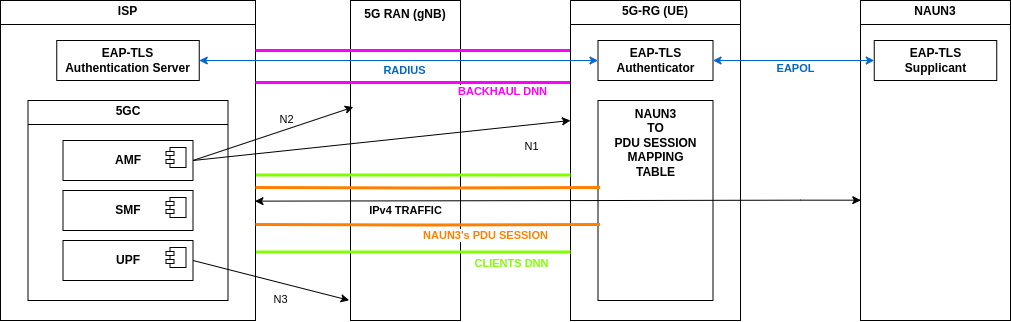
Earlier version of the draw.io export docs/5G Emulated Network/general-topology.png (davidjosearaujo/dissertation). Source tidied: cells renumbered, new cells last; positions are measured from the earlier drawing's top-left corner, leaving out a move shared by most shapes.
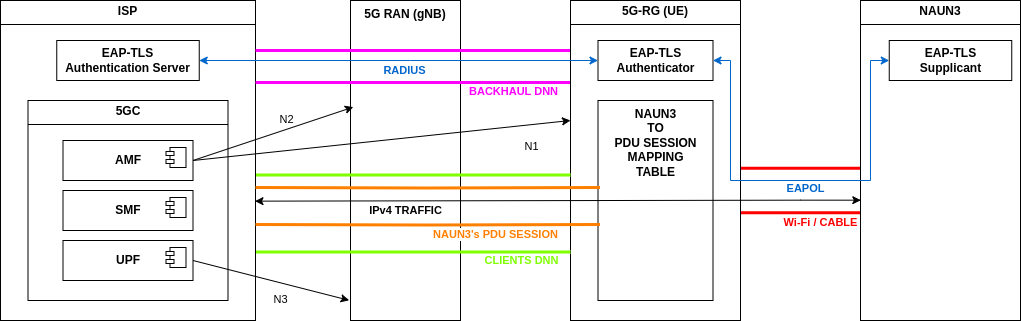
After the commit.

What changed in the source:
```diff
@@ -5,14 +5,32 @@
     <mxCell id="2" value="&lt;b&gt;5G RAN (gNB)&lt;/b&gt;" style="html=1;whiteSpace=wrap;verticalAlign=top;" parent="1" vertex="1">
       <mxGeometry x="350" width="110" height="320" as="geometry" />
     </mxCell>
+    <mxCell id="35" style="edgeStyle=orthogonalEdgeStyle;rounded=0;orthogonalLoop=1;jettySize=auto;html=1;exitX=1;exitY=0.5;exitDx=0;exitDy=0;entryX=0;entryY=0.5;entryDx=0;entryDy=0;shape=link;width=42.57142857142857;strokeWidth=3;strokeColor=#FF0000;" parent="1" edge="1">
+      <mxGeometry relative="1" as="geometry">
+        <mxPoint x="740" y="190" as="sourcePoint" />
+        <mxPoint x="860" y="190" as="targetPoint" />
+      </mxGeometry>
+    </mxCell>
+    <mxCell id="36" value="&lt;b&gt;&lt;font style=&quot;color: rgb(255, 0, 0);&quot;&gt;Wi-Fi / CABLE&lt;/font&gt;&lt;/b&gt;" style="edgeLabel;html=1;align=center;verticalAlign=middle;" parent="35" vertex="1">
+      <mxGeometry x="0.47" y="22" relative="1" as="geometry">
+        <mxPoint x="-9" y="54" as="offset" />
+      </mxGeometry>
+    </mxCell>
     <mxCell id="3" value="&lt;p style=&quot;margin:0px;margin-top:4px;text-align:center;&quot;&gt;&lt;b&gt;5G-RG (UE)&lt;/b&gt;&lt;/p&gt;&lt;hr size=&quot;1&quot; style=&quot;border-style:solid;&quot;&gt;&lt;div style=&quot;height:2px;&quot;&gt;&lt;/div&gt;" style="verticalAlign=top;align=left;overflow=fill;html=1;whiteSpace=wrap;" parent="1" vertex="1">
       <mxGeometry x="570" width="170" height="320" as="geometry" />
     </mxCell>
     <mxCell id="4" value="&lt;p style=&quot;margin:0px;margin-top:4px;text-align:center;&quot;&gt;&lt;b&gt;NAUN3&lt;/b&gt;&lt;/p&gt;&lt;hr size=&quot;1&quot; style=&quot;border-style:solid;&quot;&gt;&lt;div style=&quot;height:2px;&quot;&gt;&lt;/div&gt;" style="verticalAlign=top;align=left;overflow=fill;html=1;whiteSpace=wrap;" parent="1" vertex="1">
-      <mxGeometry x="860" width="150" height="320" as="geometry" />
+      <mxGeometry x="860" width="160" height="320" as="geometry" />
     </mxCell>
     <mxCell id="5" style="edgeStyle=orthogonalEdgeStyle;rounded=0;jettySize=auto;html=1;exitX=1;exitY=0.5;exitDx=0;exitDy=0;entryX=0;entryY=0.5;entryDx=0;entryDy=0;startArrow=classic;startFill=1;strokeColor=#0066CC;" parent="1" edge="1" source="7" target="8">
-      <mxGeometry relative="1" as="geometry" />
+      <mxGeometry relative="1" as="geometry">
+        <Array as="points">
+          <mxPoint x="730" y="60" />
+          <mxPoint x="730" y="180" />
+          <mxPoint x="870" y="180" />
+          <mxPoint x="870" y="60" />
+        </Array>
+      </mxGeometry>
     </mxCell>
     <mxCell id="6" value="&lt;b&gt;&lt;font style=&quot;color: rgb(0, 102, 204);&quot;&gt;EAPOL&lt;/font&gt;&lt;/b&gt;" style="edgeLabel;html=1;align=center;verticalAlign=middle;" parent="5" vertex="1">
       <mxGeometry x="0.02" y="1" relative="1" as="geometry">
@@ -23,7 +41,7 @@
       <mxGeometry x="597.5" y="40" width="115" height="40" as="geometry" />
     </mxCell>
     <mxCell id="8" value="&lt;b&gt;EAP-TLS&lt;br&gt;Supplicant&lt;/b&gt;" style="html=1;whiteSpace=wrap;" parent="1" vertex="1">
-      <mxGeometry x="873.8" y="40" width="122.5" height="40" as="geometry" />
+      <mxGeometry x="888.8" y="40" width="122.5" height="40" as="geometry" />
     </mxCell>
     <mxCell id="9" value="&lt;p style=&quot;margin:0px;margin-top:4px;text-align:center;&quot;&gt;&lt;b&gt;ISP&lt;/b&gt;&lt;/p&gt;&lt;hr size=&quot;1&quot; style=&quot;border-style:solid;&quot;&gt;&lt;div style=&quot;height:2px;&quot;&gt;&lt;/div&gt;" style="verticalAlign=top;align=left;overflow=fill;html=1;whiteSpace=wrap;" parent="1" vertex="1">
       <mxGeometry width="255" height="320" as="geometry" />
@@ -90,7 +108,7 @@
     </mxCell>
     <mxCell id="25" value="&lt;b&gt;BACKHAUL DNN&lt;/b&gt;" style="edgeLabel;html=1;align=center;verticalAlign=middle;fontColor=#FF00FF;" parent="24" vertex="1">
       <mxGeometry x="0.66" y="17" relative="1" as="geometry">
-        <mxPoint x="-15" y="42" as="offset" />
+        <mxPoint x="-4" y="42" as="offset" />
       </mxGeometry>
     </mxCell>
     <mxCell id="26" style="edgeStyle=orthogonalEdgeStyle;rounded=0;jettySize=auto;html=1;exitX=0;exitY=0.5;exitDx=0;exitDy=0;entryX=1;entryY=0.5;entryDx=0;entryDy=0;startArrow=classic;startFill=1;strokeColor=#0066CC;" parent="1" edge="1" source="7" target="10">
@@ -117,7 +135,7 @@
     </mxCell>
     <mxCell id="30" value="&lt;b&gt;CLIENTS DNN&lt;/b&gt;" style="edgeLabel;html=1;align=center;verticalAlign=middle;fontColor=#80FF00;" parent="29" vertex="1">
       <mxGeometry x="0.66" y="17" relative="1" as="geometry">
-        <mxPoint x="-7" y="67" as="offset" />
+        <mxPoint x="3" y="64" as="offset" />
       </mxGeometry>
     </mxCell>
     <mxCell id="31" style="edgeStyle=orthogonalEdgeStyle;shape=link;rounded=0;jettySize=auto;html=1;exitX=0.995;exitY=0.651;exitDx=0;exitDy=0;entryX=0.017;entryY=0.528;entryDx=0;entryDy=0;entryPerimeter=0;width=35;labelBackgroundColor=#E6E6E6;labelBorderColor=none;textShadow=0;strokeColor=#FF8000;strokeWidth=3;exitPerimeter=0;" parent="1" edge="1" target="28">
@@ -127,7 +145,7 @@
     </mxCell>
     <mxCell id="32" value="&lt;b&gt;NAUN3's PDU SESSION&lt;/b&gt;" style="edgeLabel;html=1;align=center;verticalAlign=middle;fontColor=#FF8000;" parent="31" vertex="1">
       <mxGeometry x="0.66" y="17" relative="1" as="geometry">
-        <mxPoint x="-57" y="46" as="offset" />
+        <mxPoint x="-47" y="45" as="offset" />
       </mxGeometry>
     </mxCell>
     <mxCell id="33" style="edgeStyle=orthogonalEdgeStyle;rounded=0;jettySize=auto;html=1;exitX=0.002;exitY=0.624;exitDx=0;exitDy=0;entryX=0.998;entryY=0.627;entryDx=0;entryDy=0;entryPerimeter=0;startArrow=classic;startFill=1;exitPerimeter=0;" parent="1" edge="1" source="4" target="9">
```
